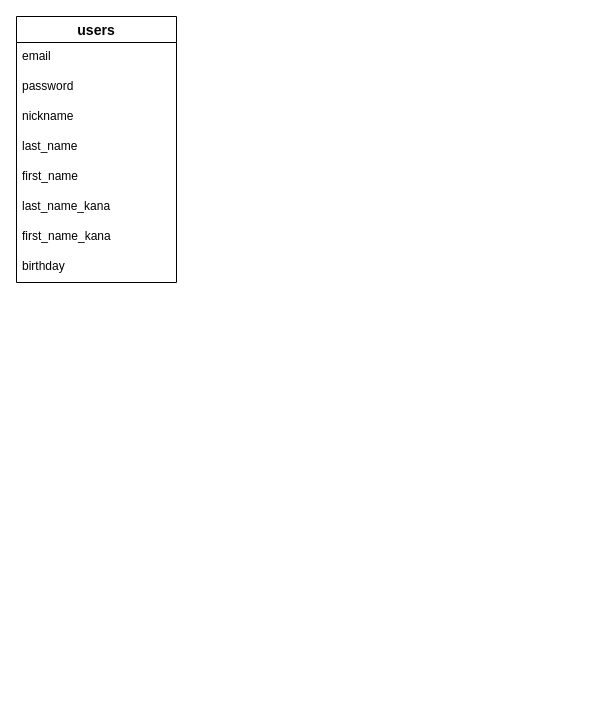
This is ER.dio from soetakara/furima-36189, a draw.io file, before an edit. Source tidied: cells renumbered, new cells numbered last; positions are measured from the earlier drawing's top-left corner, leaving out a move shared by most shapes. Both pictures are drawn from the tidied source at 100%, with x=0, y=0 at pixel (16, 16).
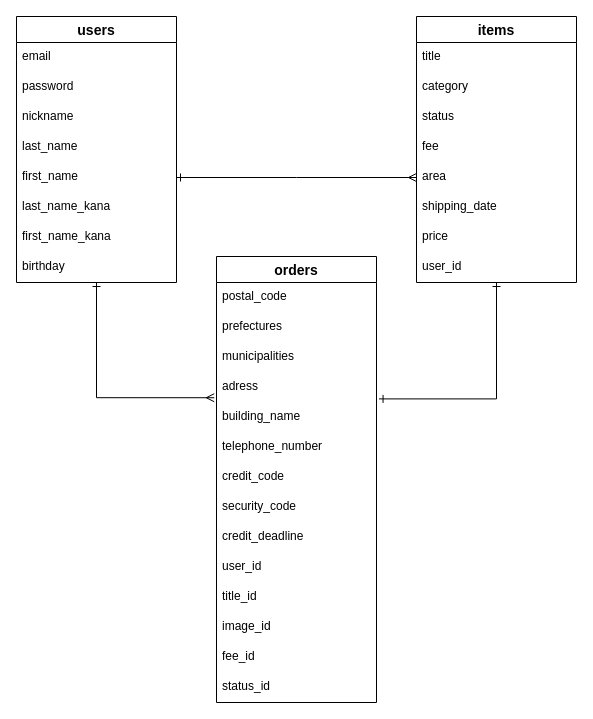
The same diagram, later.

Commit message (it also covers changes not shown here):
READMEへのデータベース情報記述

Unchanged cells that the change refers to:
```xml
<mxCell id="2" value="users" style="swimlane;fontStyle=1;horizontal=1;startSize=26;align=center;fontSize=14;" parent="1" vertex="1">
  <mxGeometry width="160" height="266" as="geometry" />
</mxCell>
<mxCell id="7" value="first_name" style="text;strokeColor=none;fillColor=none;spacingLeft=4;spacingRight=4;overflow=hidden;points=[[0,0.5],[1,0.5]];portConstraint=eastwest;fontSize=12;" parent="2" vertex="1">
  <mxGeometry y="146" width="160" height="30" as="geometry" />
</mxCell>
```

The edit, as a diff of the source:
```diff
@@
+    <mxCell id="11" style="edgeStyle=orthogonalEdgeStyle;rounded=0;jettySize=auto;html=1;entryX=-0.014;entryY=-0.159;entryDx=0;entryDy=0;entryPerimeter=0;endArrow=ERmany;endFill=0;startArrow=ERone;startFill=0;" parent="1" edge="1" source="2" target="27">
+      <mxGeometry relative="1" as="geometry" />
+    </mxCell>
@@
+    <mxCell id="12" style="edgeStyle=orthogonalEdgeStyle;rounded=0;jettySize=auto;html=1;entryX=1.016;entryY=-0.12;entryDx=0;entryDy=0;entryPerimeter=0;endArrow=ERone;endFill=0;startArrow=ERone;startFill=0;" parent="1" edge="1" source="13" target="27">
+      <mxGeometry relative="1" as="geometry" />
+    </mxCell>
+    <mxCell id="13" value="items" style="swimlane;fontStyle=1;horizontal=1;startSize=26;align=center;fontSize=14;" parent="1" vertex="1">
+      <mxGeometry x="400" width="160" height="266" as="geometry" />
+    </mxCell>
+    <mxCell id="14" value="title" style="text;strokeColor=none;fillColor=none;spacingLeft=4;spacingRight=4;overflow=hidden;fontSize=12;" parent="13" vertex="1">
+      <mxGeometry y="26" width="160" height="30" as="geometry" />
+    </mxCell>
+    <mxCell id="15" value="category" style="text;strokeColor=none;fillColor=none;spacingLeft=4;spacingRight=4;overflow=hidden;fontSize=12;" parent="13" vertex="1">
+      <mxGeometry y="56" width="160" height="30" as="geometry" />
+    </mxCell>
+    <mxCell id="16" value="status" style="text;strokeColor=none;fillColor=none;spacingLeft=4;spacingRight=4;overflow=hidden;fontSize=12;" parent="13" vertex="1">
+      <mxGeometry y="86" width="160" height="30" as="geometry" />
+    </mxCell>
+    <mxCell id="17" value="fee" style="text;strokeColor=none;fillColor=none;spacingLeft=4;spacingRight=4;overflow=hidden;fontSize=12;" parent="13" vertex="1">
+      <mxGeometry y="116" width="160" height="30" as="geometry" />
+    </mxCell>
+    <mxCell id="18" value="area" style="text;strokeColor=none;fillColor=none;spacingLeft=4;spacingRight=4;overflow=hidden;fontSize=12;" parent="13" vertex="1">
+      <mxGeometry y="146" width="160" height="30" as="geometry" />
+    </mxCell>
+    <mxCell id="19" value="shipping_date" style="text;strokeColor=none;fillColor=none;spacingLeft=4;spacingRight=4;overflow=hidden;fontSize=12;" parent="13" vertex="1">
+      <mxGeometry y="176" width="160" height="30" as="geometry" />
+    </mxCell>
+    <mxCell id="20" value="price" style="text;strokeColor=none;fillColor=none;spacingLeft=4;spacingRight=4;overflow=hidden;fontSize=12;" parent="13" vertex="1">
+      <mxGeometry y="206" width="160" height="30" as="geometry" />
+    </mxCell>
+    <mxCell id="21" value="user_id" style="text;strokeColor=none;fillColor=none;spacingLeft=4;spacingRight=4;overflow=hidden;fontSize=12;" parent="13" vertex="1">
+      <mxGeometry y="236" width="160" height="30" as="geometry" />
+    </mxCell>
+    <mxCell id="22" value="orders" style="swimlane;fontStyle=1;horizontal=1;startSize=26;align=center;fontSize=14;" parent="1" vertex="1">
+      <mxGeometry x="200" y="240" width="160" height="446" as="geometry" />
+    </mxCell>
+    <mxCell id="23" value="postal_code" style="text;strokeColor=none;fillColor=none;spacingLeft=4;spacingRight=4;overflow=hidden;fontSize=12;" parent="22" vertex="1">
+      <mxGeometry y="26" width="160" height="30" as="geometry" />
+    </mxCell>
+    <mxCell id="24" value="prefectures" style="text;strokeColor=none;fillColor=none;spacingLeft=4;spacingRight=4;overflow=hidden;fontSize=12;" parent="22" vertex="1">
+      <mxGeometry y="56" width="160" height="30" as="geometry" />
+    </mxCell>
+    <mxCell id="25" value="municipalities" style="text;strokeColor=none;fillColor=none;spacingLeft=4;spacingRight=4;overflow=hidden;fontSize=12;" parent="22" vertex="1">
+      <mxGeometry y="86" width="160" height="30" as="geometry" />
+    </mxCell>
+    <mxCell id="26" value="adress" style="text;strokeColor=none;fillColor=none;spacingLeft=4;spacingRight=4;overflow=hidden;fontSize=12;" parent="22" vertex="1">
+      <mxGeometry y="116" width="160" height="30" as="geometry" />
+    </mxCell>
+    <mxCell id="27" value="building_name" style="text;strokeColor=none;fillColor=none;spacingLeft=4;spacingRight=4;overflow=hidden;points=[[0,0.5],[1,0.5]];portConstraint=eastwest;fontSize=12;" parent="22" vertex="1">
+      <mxGeometry y="146" width="160" height="30" as="geometry" />
+    </mxCell>
+    <mxCell id="28" value="telephone_number" style="text;strokeColor=none;fillColor=none;spacingLeft=4;spacingRight=4;overflow=hidden;fontSize=12;" parent="22" vertex="1">
+      <mxGeometry y="176" width="160" height="30" as="geometry" />
+    </mxCell>
+    <mxCell id="29" value="credit_code" style="text;strokeColor=none;fillColor=none;spacingLeft=4;spacingRight=4;overflow=hidden;fontSize=12;" parent="22" vertex="1">
+      <mxGeometry y="206" width="160" height="30" as="geometry" />
+    </mxCell>
+    <mxCell id="30" value="security_code" style="text;strokeColor=none;fillColor=none;spacingLeft=4;spacingRight=4;overflow=hidden;fontSize=12;" parent="22" vertex="1">
+      <mxGeometry y="236" width="160" height="30" as="geometry" />
+    </mxCell>
+    <mxCell id="31" value="credit_deadline" style="text;strokeColor=none;fillColor=none;spacingLeft=4;spacingRight=4;overflow=hidden;fontSize=12;" parent="22" vertex="1">
+      <mxGeometry y="266" width="160" height="30" as="geometry" />
+    </mxCell>
+    <mxCell id="32" value="user_id" style="text;strokeColor=none;fillColor=none;spacingLeft=4;spacingRight=4;overflow=hidden;fontSize=12;" parent="22" vertex="1">
+      <mxGeometry y="296" width="160" height="30" as="geometry" />
+    </mxCell>
+    <mxCell id="33" value="title_id" style="text;strokeColor=none;fillColor=none;spacingLeft=4;spacingRight=4;overflow=hidden;fontSize=12;" parent="22" vertex="1">
+      <mxGeometry y="326" width="160" height="30" as="geometry" />
+    </mxCell>
+    <mxCell id="34" value="image_id" style="text;strokeColor=none;fillColor=none;spacingLeft=4;spacingRight=4;overflow=hidden;fontSize=12;" parent="22" vertex="1">
+      <mxGeometry y="356" width="160" height="30" as="geometry" />
+    </mxCell>
+    <mxCell id="35" value="fee_id" style="text;strokeColor=none;fillColor=none;spacingLeft=4;spacingRight=4;overflow=hidden;fontSize=12;" parent="22" vertex="1">
+      <mxGeometry y="386" width="160" height="30" as="geometry" />
+    </mxCell>
+    <mxCell id="36" value="status_id" style="text;strokeColor=none;fillColor=none;spacingLeft=4;spacingRight=4;overflow=hidden;fontSize=12;" parent="22" vertex="1">
+      <mxGeometry y="416" width="160" height="30" as="geometry" />
+    </mxCell>
+    <mxCell id="37" style="edgeStyle=orthogonalEdgeStyle;rounded=0;jettySize=auto;html=1;exitX=1;exitY=0.5;exitDx=0;exitDy=0;endArrow=ERmany;endFill=0;startArrow=ERone;startFill=0;" parent="1" edge="1" source="7">
+      <mxGeometry relative="1" as="geometry">
+        <mxPoint x="400" y="161" as="targetPoint" />
+      </mxGeometry>
+    </mxCell>
```
